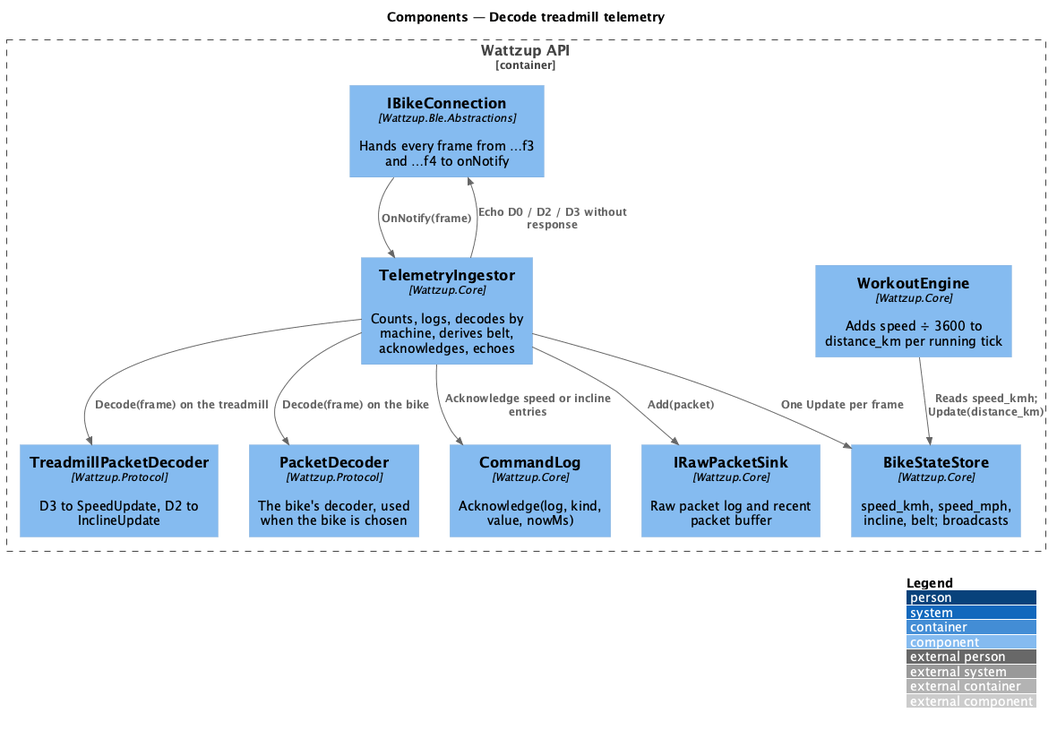
The PlantUML diagram docs/detailed-designs/treadmill/decode-treadmill-telemetry/diagrams/c4-component.png in QuinntyneBrown/ride-one, before a commit.
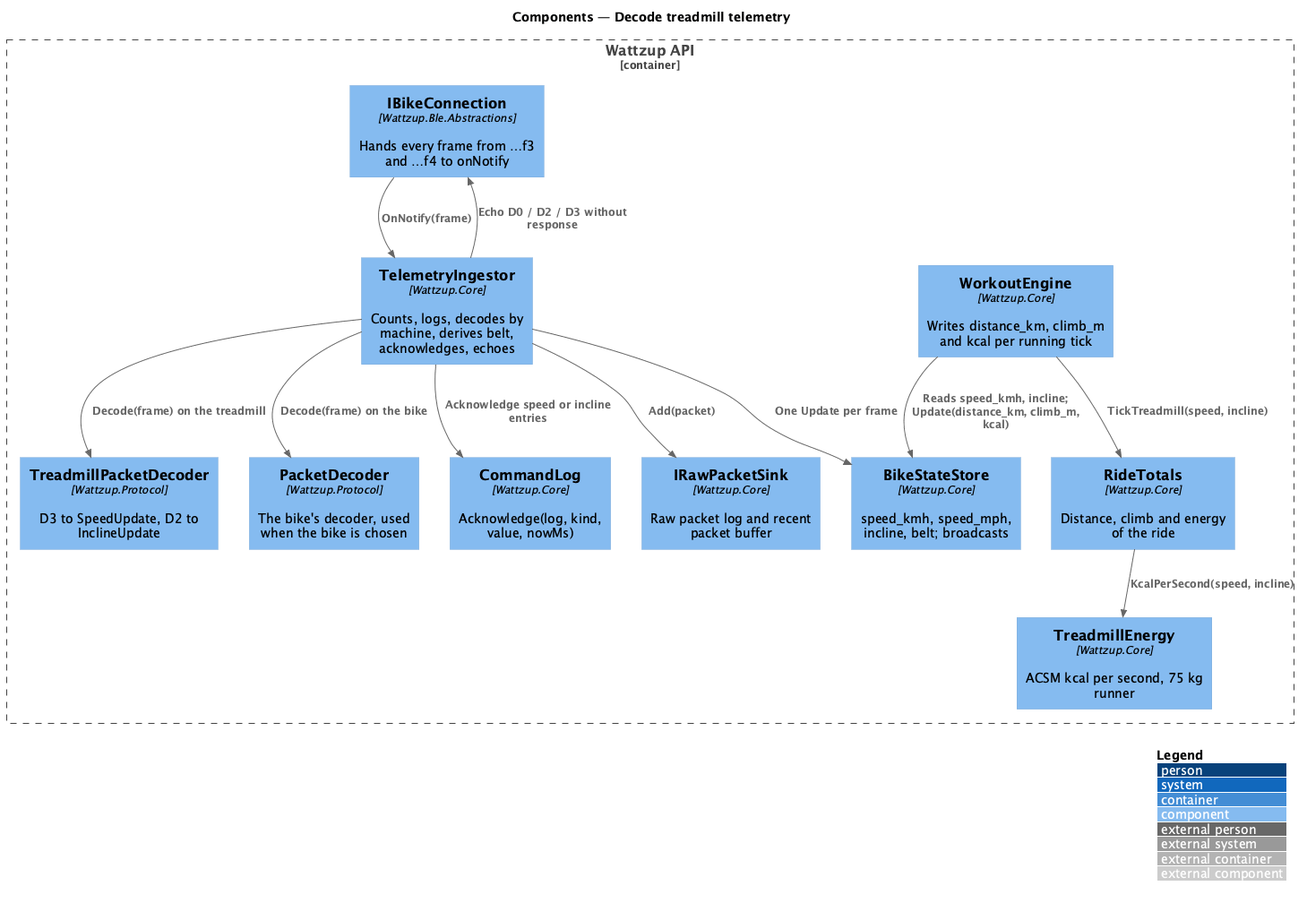
The same file after the commit.

What changed in the source:
```diff
@@ -11,7 +11,9 @@
   Component(log, "CommandLog", "Wattzup.Core", "Acknowledge(log, kind, value, nowMs)")
   Component(sinks, "IRawPacketSink", "Wattzup.Core", "Raw packet log and recent packet buffer")
   Component(store, "BikeStateStore", "Wattzup.Core", "speed_kmh, speed_mph, incline, belt; broadcasts")
-  Component(engine, "WorkoutEngine", "Wattzup.Core", "Adds speed ÷ 3600 to distance_km per running tick")
+  Component(engine, "WorkoutEngine", "Wattzup.Core", "Writes distance_km, climb_m and kcal per running tick")
+  Component(totals, "RideTotals", "Wattzup.Core", "Distance, climb and energy of the ride")
+  Component(energy, "TreadmillEnergy", "Wattzup.Core", "ACSM kcal per second, 75 kg runner")
 }
 
 Rel(conn, ingest, "OnNotify(frame)")
@@ -21,5 +23,7 @@
 Rel(ingest, log, "Acknowledge speed or incline entries")
 Rel(ingest, store, "One Update per frame")
 Rel(ingest, conn, "Echo D0 / D2 / D3 without response")
-Rel(engine, store, "Reads speed_kmh; Update(distance_km)")
+Rel(engine, store, "Reads speed_kmh, incline; Update(distance_km, climb_m, kcal)")
+Rel(engine, totals, "TickTreadmill(speed, incline)")
+Rel(totals, energy, "KcalPerSecond(speed, incline)")
 @enduml
```
